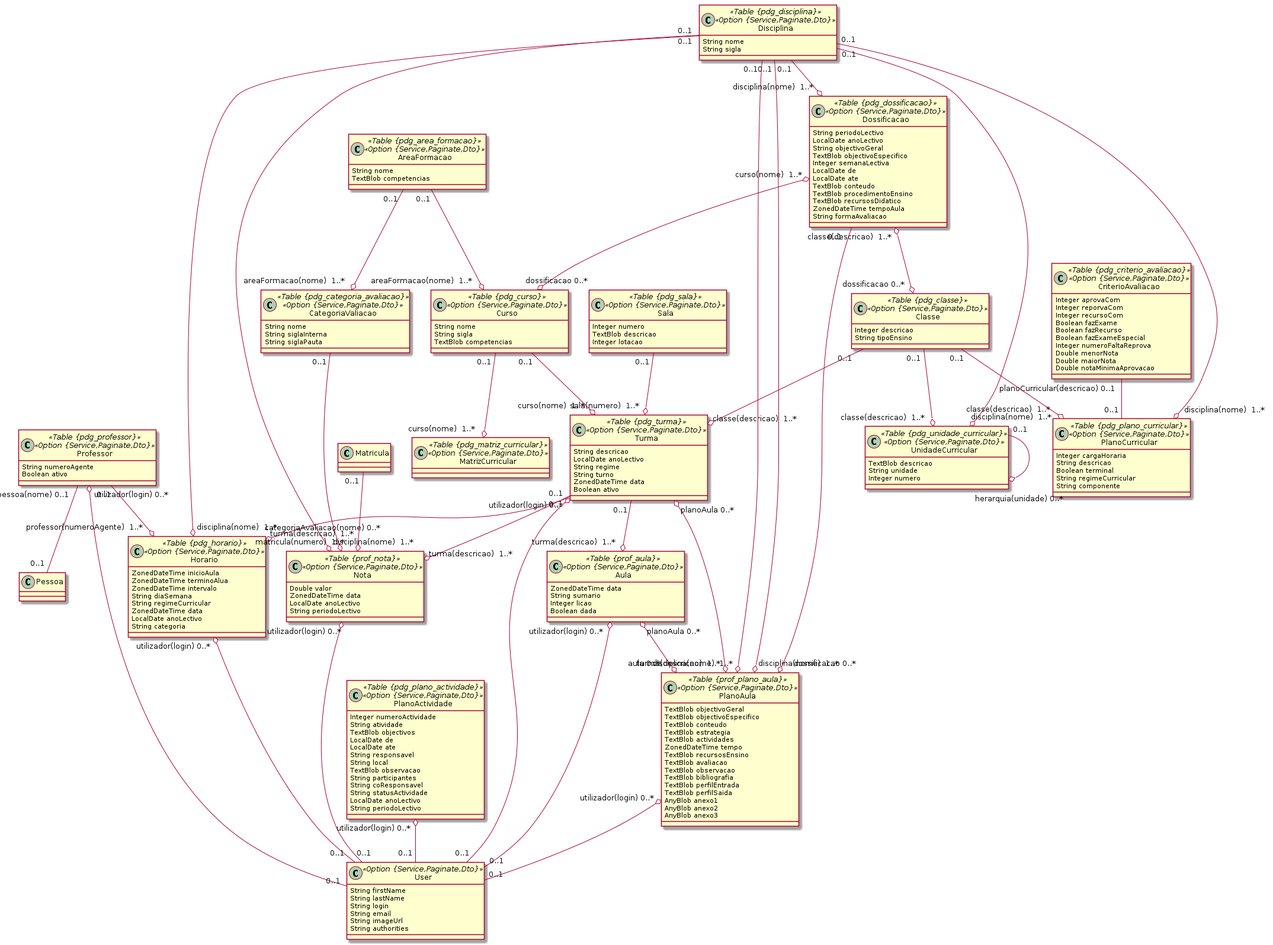
ravunana/manda-ensino keeps this PlantUML diagram as domain-ensino/2pedagogico.png. Above is the earlier version.
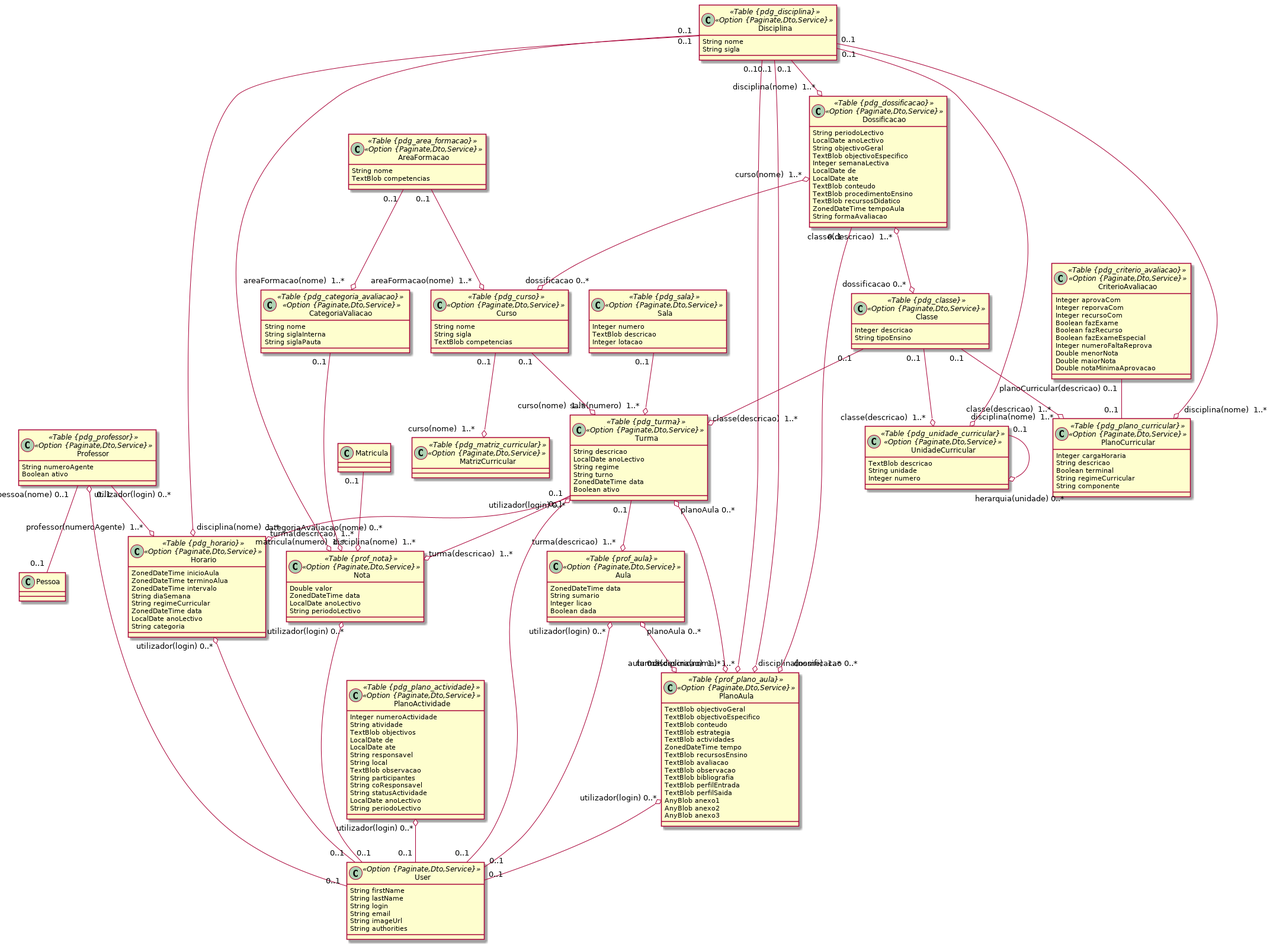
Later version of the same file.

Diff of the diagram source:
```diff
@@ -1,46 +1,46 @@
 @startuml
 	!pragma syntax class
-	class Professor <<Table {pdg_professor}>><<Option {Service,Paginate,Dto}>> {
+	class Professor <<Table {pdg_professor}>><<Option {Paginate,Dto,Service}>> {
 		String numeroAgente
 		Boolean ativo
 	}
-	class Sala <<Table {pdg_sala}>><<Option {Service,Paginate,Dto}>> {
+	class Sala <<Table {pdg_sala}>><<Option {Paginate,Dto,Service}>> {
 		Integer numero
 		TextBlob descricao
 		Integer lotacao
 	}
-	class AreaFormacao <<Table {pdg_area_formacao}>><<Option {Service,Paginate,Dto}>> {
+	class AreaFormacao <<Table {pdg_area_formacao}>><<Option {Paginate,Dto,Service}>> {
 		String nome
 		TextBlob competencias
 	}
-	class Curso <<Table {pdg_curso}>><<Option {Service,Paginate,Dto}>> {
+	class Curso <<Table {pdg_curso}>><<Option {Paginate,Dto,Service}>> {
 		String nome
 		String sigla
 		TextBlob competencias
 	}
-	class Classe <<Table {pdg_classe}>><<Option {Service,Paginate,Dto}>> {
+	class Classe <<Table {pdg_classe}>><<Option {Paginate,Dto,Service}>> {
 		Integer descricao
 		String tipoEnsino
 	}
-	class Disciplina <<Table {pdg_disciplina}>><<Option {Service,Paginate,Dto}>> {
+	class Disciplina <<Table {pdg_disciplina}>><<Option {Paginate,Dto,Service}>> {
 		String nome
 		String sigla
 	}
-	class MatrizCurricular <<Table {pdg_matriz_curricular}>><<Option {Service,Paginate,Dto}>> {
+	class MatrizCurricular <<Table {pdg_matriz_curricular}>><<Option {Paginate,Dto,Service}>> {
 	}
-	class PlanoCurricular <<Table {pdg_plano_curricular}>><<Option {Service,Paginate,Dto}>> {
+	class PlanoCurricular <<Table {pdg_plano_curricular}>><<Option {Paginate,Dto,Service}>> {
 		Integer cargaHoraria
 		String descricao
 		Boolean terminal
 		String regimeCurricular
 		String componente
 	}
-	class UnidadeCurricular <<Table {pdg_unidade_curricular}>><<Option {Service,Paginate,Dto}>> {
+	class UnidadeCurricular <<Table {pdg_unidade_curricular}>><<Option {Paginate,Dto,Service}>> {
 		TextBlob descricao
 		String unidade
 		Integer numero
 	}
-	class CriterioAvaliacao <<Table {pdg_criterio_avaliacao}>><<Option {Service,Paginate,Dto}>> {
+	class CriterioAvaliacao <<Table {pdg_criterio_avaliacao}>><<Option {Paginate,Dto,Service}>> {
 		Integer aprovaCom
 		Integer reporvaCom
 		Integer recursoCom
@@ -52,7 +52,7 @@
 		Double maiorNota
 		Double notaMinimaAprovacao
 	}
-	class Turma <<Table {pdg_turma}>><<Option {Service,Paginate,Dto}>> {
+	class Turma <<Table {pdg_turma}>><<Option {Paginate,Dto,Service}>> {
 		String descricao
 		LocalDate anoLectivo
 		String regime
@@ -60,7 +60,7 @@
 		ZonedDateTime data
 		Boolean ativo
 	}
-	class Horario <<Table {pdg_horario}>><<Option {Service,Paginate,Dto}>> {
+	class Horario <<Table {pdg_horario}>><<Option {Paginate,Dto,Service}>> {
 		ZonedDateTime inicioAula
 		ZonedDateTime terminoAlua
 		ZonedDateTime intervalo
@@ -70,7 +70,7 @@
 		LocalDate anoLectivo
 		String categoria
 	}
-	class PlanoActividade <<Table {pdg_plano_actividade}>><<Option {Service,Paginate,Dto}>> {
+	class PlanoActividade <<Table {pdg_plano_actividade}>><<Option {Paginate,Dto,Service}>> {
 		Integer numeroActividade
 		String atividade
 		TextBlob objectivos
@@ -85,13 +85,13 @@
 		LocalDate anoLectivo
 		String periodoLectivo
 	}
-	class Aula <<Table {prof_aula}>><<Option {Service,Paginate,Dto}>> {
+	class Aula <<Table {prof_aula}>><<Option {Paginate,Dto,Service}>> {
 		ZonedDateTime data
 		String sumario
 		Integer licao
 		Boolean dada
 	}
-	class Dossificacao <<Table {pdg_dossificacao}>><<Option {Service,Paginate,Dto}>> {
+	class Dossificacao <<Table {pdg_dossificacao}>><<Option {Paginate,Dto,Service}>> {
 		String periodoLectivo
 		LocalDate anoLectivo
 		String objectivoGeral
@@ -105,7 +105,7 @@
 		ZonedDateTime tempoAula
 		String formaAvaliacao
 	}
-	class PlanoAula <<Table {prof_plano_aula}>><<Option {Service,Paginate,Dto}>> {
+	class PlanoAula <<Table {prof_plano_aula}>><<Option {Paginate,Dto,Service}>> {
 		TextBlob objectivoGeral
 		TextBlob objectivoEspecifico
 		TextBlob conteudo
@@ -122,12 +122,12 @@
 		AnyBlob anexo2
 		AnyBlob anexo3
 	}
-	class CategoriaValiacao <<Table {pdg_categoria_avaliacao}>><<Option {Service,Paginate,Dto}>> {
+	class CategoriaValiacao <<Table {pdg_categoria_avaliacao}>><<Option {Paginate,Dto,Service}>> {
 		String nome
 		String siglaInterna
 		String siglaPauta
 	}
-	class Nota <<Table {prof_nota}>><<Option {Service,Paginate,Dto}>> {
+	class Nota <<Table {prof_nota}>><<Option {Paginate,Dto,Service}>> {
 		Double valor
 		ZonedDateTime data
 		LocalDate anoLectivo
@@ -169,7 +169,7 @@
 	PlanoAula  "turma(descricao)  1..* " o--o "planoAula 0..* "  Turma
 	Dossificacao  "curso(nome)  1..* " o--o "dossificacao 0..* "  Curso
 	Dossificacao  "classe(descricao)  1..* " o--o "dossificacao 0..* "  Classe
-	class User <<Option {Service,Paginate,Dto}>> {
+	class User <<Option {Paginate,Dto,Service}>> {
 		String firstName
 		String lastName
 		String login
```
